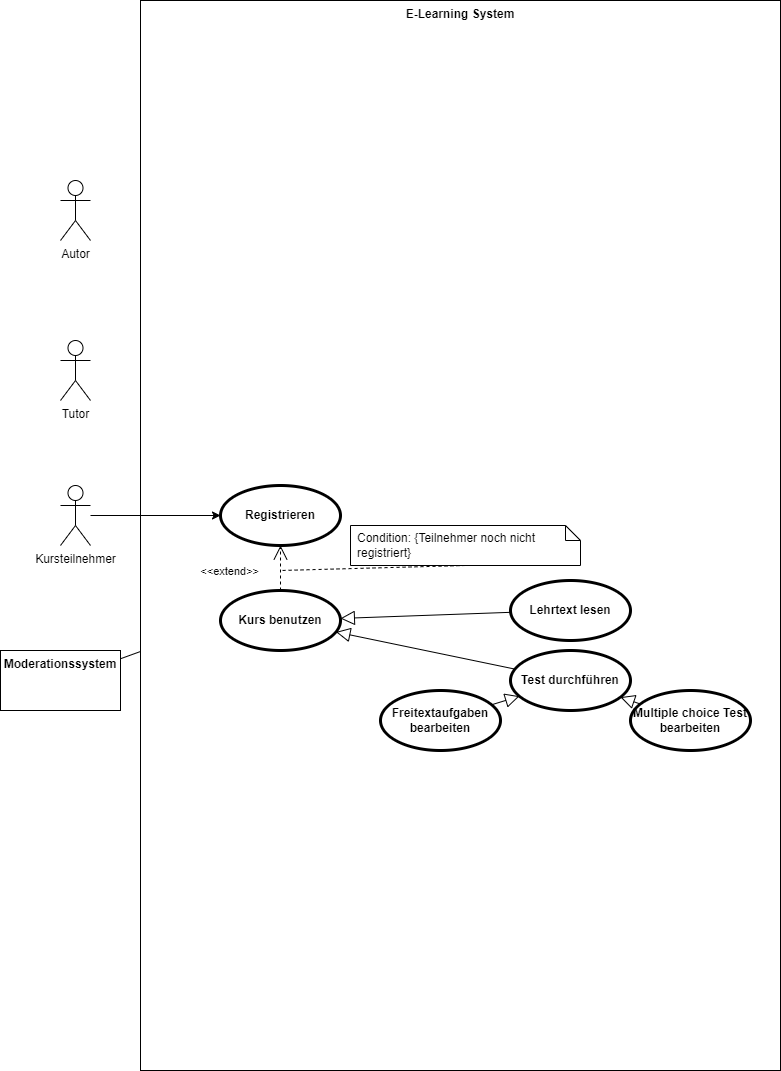
The draw.io diagram Uebung8/E_Learning.drawio.png in jahtzee/SE_WS21, before a commit. Source tidied: cells renumbered, new cells last; positions are measured from the earlier drawing's top-left corner, leaving out a move shared by most shapes.
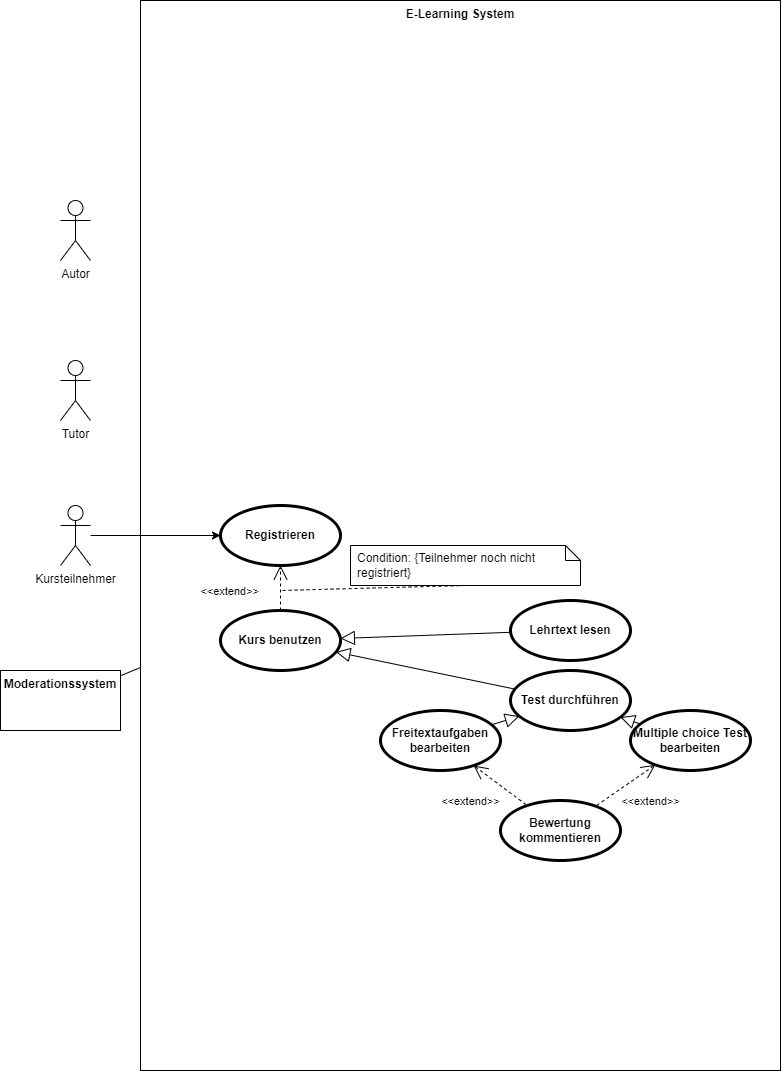
The same file after the commit.

Change to the diagram source:
```diff
@@ -3,7 +3,7 @@
     <mxCell id="0" />
     <mxCell id="1" parent="0" />
     <mxCell id="2" value="E-Learning System" style="shape=rect;html=1;verticalAlign=top;fontStyle=1;whiteSpace=wrap;align=center;" parent="1" vertex="1">
-      <mxGeometry x="140" width="640" height="1070" as="geometry" />
+      <mxGeometry x="140" y="-20" width="640" height="1070" as="geometry" />
     </mxCell>
     <mxCell id="3" value="Tutor&lt;br&gt;" style="shape=umlActor;html=1;verticalLabelPosition=bottom;verticalAlign=top;align=center;" parent="1" vertex="1">
       <mxGeometry x="60" y="340" width="30" height="60" as="geometry" />
@@ -64,5 +64,14 @@
     <mxCell id="21" style="edgeStyle=none;html=1;endArrow=none;verticalAlign=bottom;rounded=0;" parent="1" edge="1" source="7" target="2">
       <mxGeometry relative="1" as="geometry" />
     </mxCell>
+    <mxCell id="22" value="Bewertung kommentieren" style="shape=ellipse;html=1;strokeWidth=3;fontStyle=1;whiteSpace=wrap;align=center;perimeter=ellipsePerimeter;" parent="1" vertex="1">
+      <mxGeometry x="500" y="780" width="120" height="60" as="geometry" />
+    </mxCell>
+    <mxCell id="23" value="&amp;lt;&amp;lt;extend&amp;gt;&amp;gt;" style="edgeStyle=none;html=1;startArrow=open;endArrow=none;startSize=12;verticalAlign=bottom;dashed=1;labelBackgroundColor=none;rounded=0;" parent="1" edge="1" source="15" target="22">
+      <mxGeometry x="-0.27" y="-38" relative="1" as="geometry" />
+    </mxCell>
+    <mxCell id="24" value="&amp;lt;&amp;lt;extend&amp;gt;&amp;gt;" style="edgeStyle=none;html=1;startArrow=open;endArrow=none;startSize=12;verticalAlign=bottom;dashed=1;labelBackgroundColor=none;rounded=0;" parent="1" edge="1" source="16" target="22">
+      <mxGeometry x="-0.17" y="35" relative="1" as="geometry" />
+    </mxCell>
   </root>
 </mxGraphModel>
```
